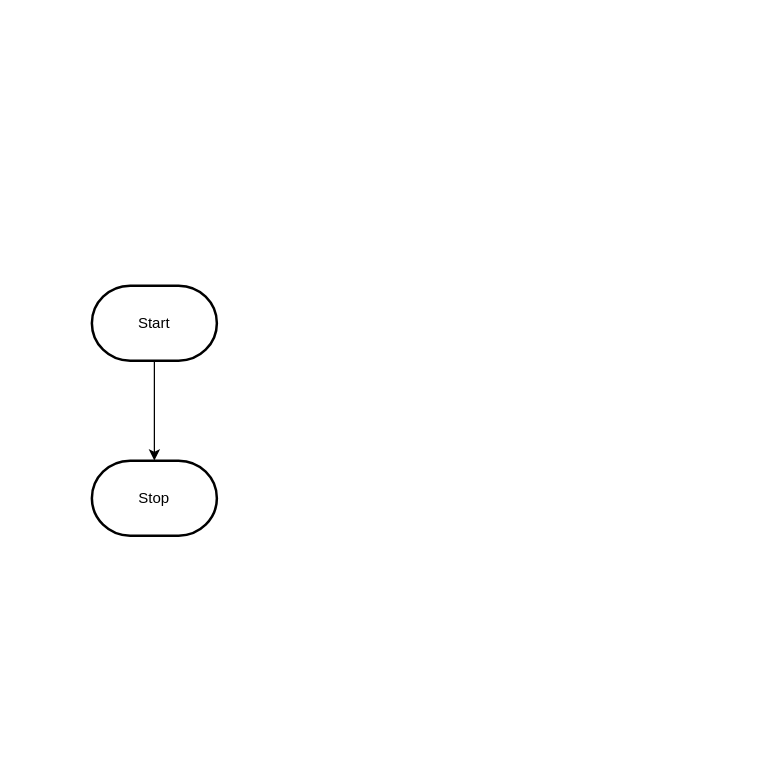
Earlier version of the draw.io diagram design/flowchart.drawio (MTHS-ICD2O-1-2023/ICD2O-Unit-5-03-nathan-desilva). Source tidied: cells renumbered, new cells numbered last; positions are measured from the earlier drawing's top-left corner, leaving out a move shared by most shapes. Both pictures are drawn from the tidied source at 125%, with x=0, y=0 at pixel (91, 285).
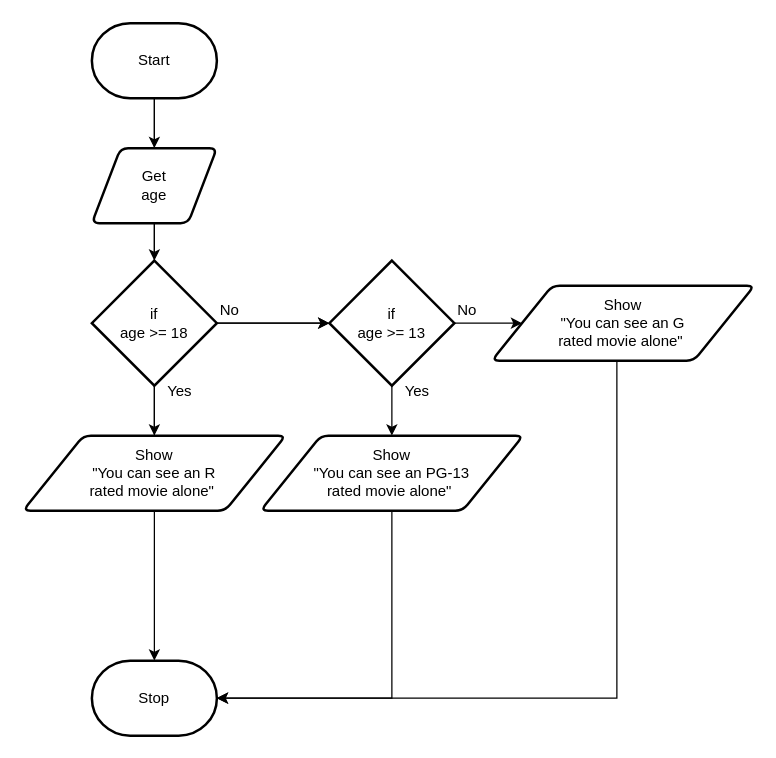
After the change.

The edit, as a diff of the source:
```diff
@@
-    <mxCell id="2" style="edgeStyle=orthogonalEdgeStyle;html=1;rounded=0;" parent="1" edge="1" source="3" target="4">
+    <mxCell id="2" style="edgeStyle=orthogonalEdgeStyle;html=1;rounded=0;startArrow=none;entryX=0.5;entryY=0;entryDx=0;entryDy=0;entryPerimeter=0;" parent="1" edge="1" source="15" target="4">
       <mxGeometry relative="1" as="geometry" />
     </mxCell>
+    <mxCell id="5" style="edgeStyle=none;html=1;entryX=0.5;entryY=0;entryDx=0;entryDy=0;" parent="1" edge="1" source="3" target="13">
+      <mxGeometry relative="1" as="geometry" />
+    </mxCell>
     <mxCell id="3" value="Start" style="strokeWidth=2;html=1;shape=mxgraph.flowchart.terminator;whiteSpace=wrap;" parent="1" vertex="1">
-      <mxGeometry width="100" height="60" as="geometry" />
+      <mxGeometry y="-210" width="100" height="60" as="geometry" />
     </mxCell>
     <mxCell id="4" value="Stop" style="strokeWidth=2;html=1;shape=mxgraph.flowchart.terminator;whiteSpace=wrap;" parent="1" vertex="1">
-      <mxGeometry y="140" width="100" height="60" as="geometry" />
+      <mxGeometry y="300" width="100" height="60" as="geometry" />
     </mxCell>
+    <mxCell id="6" style="edgeStyle=orthogonalEdgeStyle;html=1;rounded=0;endArrow=none;startArrow=none;" parent="1" edge="1" source="13" target="10">
+      <mxGeometry relative="1" as="geometry" />
+    </mxCell>
+    <mxCell id="7" style="edgeStyle=none;html=1;" parent="1" edge="1" source="10" target="15">
+      <mxGeometry relative="1" as="geometry" />
+    </mxCell>
+    <mxCell id="8" style="edgeStyle=none;html=1;" parent="1" edge="1" source="10" target="20">
+      <mxGeometry relative="1" as="geometry" />
+    </mxCell>
+    <mxCell id="9" style="edgeStyle=elbowEdgeStyle;rounded=0;html=1;" parent="1" edge="1" source="10" target="20">
+      <mxGeometry relative="1" as="geometry" />
+    </mxCell>
+    <mxCell id="10" value="if&lt;br&gt;age &amp;gt;= 18" style="strokeWidth=2;html=1;shape=mxgraph.flowchart.decision;whiteSpace=wrap;" parent="1" vertex="1">
+      <mxGeometry y="-20" width="100" height="100" as="geometry" />
+    </mxCell>
+    <mxCell id="11" style="edgeStyle=orthogonalEdgeStyle;html=1;rounded=0;endArrow=none;" parent="1" edge="1" source="3" target="13">
+      <mxGeometry relative="1" as="geometry" />
+    </mxCell>
+    <mxCell id="12" style="edgeStyle=none;html=1;" parent="1" edge="1" source="13" target="10">
+      <mxGeometry relative="1" as="geometry" />
+    </mxCell>
+    <mxCell id="13" value="Get&lt;br&gt;age" style="shape=parallelogram;html=1;strokeWidth=2;perimeter=parallelogramPerimeter;whiteSpace=wrap;rounded=1;arcSize=12;size=0.23;" parent="1" vertex="1">
+      <mxGeometry y="-110" width="100" height="60" as="geometry" />
+    </mxCell>
+    <mxCell id="14" style="edgeStyle=orthogonalEdgeStyle;html=1;rounded=0;startArrow=none;entryX=0.5;entryY=0;entryDx=0;entryDy=0;entryPerimeter=0;endArrow=none;" parent="1" edge="1" source="10" target="15">
+      <mxGeometry relative="1" as="geometry" />
+    </mxCell>
+    <mxCell id="15" value="Show&lt;br&gt;&quot;You can see an R &lt;br&gt;rated movie alone&quot;&amp;nbsp;" style="shape=parallelogram;html=1;strokeWidth=2;perimeter=parallelogramPerimeter;whiteSpace=wrap;rounded=1;arcSize=12;size=0.23;" parent="1" vertex="1">
+      <mxGeometry x="-55" y="120" width="210" height="60" as="geometry" />
+    </mxCell>
+    <mxCell id="16" style="edgeStyle=elbowEdgeStyle;rounded=0;html=1;entryX=1;entryY=0.5;entryDx=0;entryDy=0;entryPerimeter=0;exitX=0.5;exitY=1;exitDx=0;exitDy=0;" parent="1" edge="1" source="17" target="4">
+      <mxGeometry relative="1" as="geometry">
+        <Array as="points">
+          <mxPoint x="240" y="250" />
+        </Array>
+      </mxGeometry>
+    </mxCell>
+    <mxCell id="17" value="Show&lt;br&gt;&quot;You can see an PG-13&lt;br&gt;rated movie alone&quot;&amp;nbsp;" style="shape=parallelogram;html=1;strokeWidth=2;perimeter=parallelogramPerimeter;whiteSpace=wrap;rounded=1;arcSize=12;size=0.23;" parent="1" vertex="1">
+      <mxGeometry x="135" y="120" width="210" height="60" as="geometry" />
+    </mxCell>
+    <mxCell id="18" style="edgeStyle=none;html=1;entryX=0.5;entryY=0;entryDx=0;entryDy=0;" parent="1" edge="1" source="20" target="17">
+      <mxGeometry relative="1" as="geometry" />
+    </mxCell>
+    <mxCell id="19" style="edgeStyle=none;html=1;" parent="1" edge="1" source="20" target="22">
+      <mxGeometry relative="1" as="geometry" />
+    </mxCell>
+    <mxCell id="20" value="if&lt;br&gt;age &amp;gt;= 13" style="strokeWidth=2;html=1;shape=mxgraph.flowchart.decision;whiteSpace=wrap;" parent="1" vertex="1">
+      <mxGeometry x="190" y="-20" width="100" height="100" as="geometry" />
+    </mxCell>
+    <mxCell id="21" style="edgeStyle=elbowEdgeStyle;rounded=0;html=1;exitX=0.5;exitY=1;exitDx=0;exitDy=0;entryX=1;entryY=0.5;entryDx=0;entryDy=0;entryPerimeter=0;" parent="1" edge="1" source="22" target="4">
+      <mxGeometry relative="1" as="geometry">
+        <Array as="points">
+          <mxPoint x="420" y="190" />
+        </Array>
+      </mxGeometry>
+    </mxCell>
+    <mxCell id="22" value="Show&lt;br&gt;&quot;You can see an G&lt;br&gt;rated movie alone&quot;&amp;nbsp;" style="shape=parallelogram;html=1;strokeWidth=2;perimeter=parallelogramPerimeter;whiteSpace=wrap;rounded=1;arcSize=12;size=0.23;" parent="1" vertex="1">
+      <mxGeometry x="320" width="210" height="60" as="geometry" />
+    </mxCell>
+    <mxCell id="23" value="No" style="text;html=1;align=center;verticalAlign=middle;strokeColor=none;fillColor=none;" parent="1" vertex="1">
+      <mxGeometry x="90" y="5" width="40" height="30" as="geometry" />
+    </mxCell>
+    <mxCell id="24" value="No" style="text;html=1;align=center;verticalAlign=middle;strokeColor=none;fillColor=none;" parent="1" vertex="1">
+      <mxGeometry x="280" y="5" width="40" height="30" as="geometry" />
+    </mxCell>
+    <mxCell id="25" value="Yes" style="text;html=1;align=center;verticalAlign=middle;strokeColor=none;fillColor=none;" parent="1" vertex="1">
+      <mxGeometry x="50" y="70" width="40" height="30" as="geometry" />
+    </mxCell>
+    <mxCell id="26" value="Yes" style="text;html=1;align=center;verticalAlign=middle;strokeColor=none;fillColor=none;" parent="1" vertex="1">
+      <mxGeometry x="240" y="70" width="40" height="30" as="geometry" />
+    </mxCell>
```
